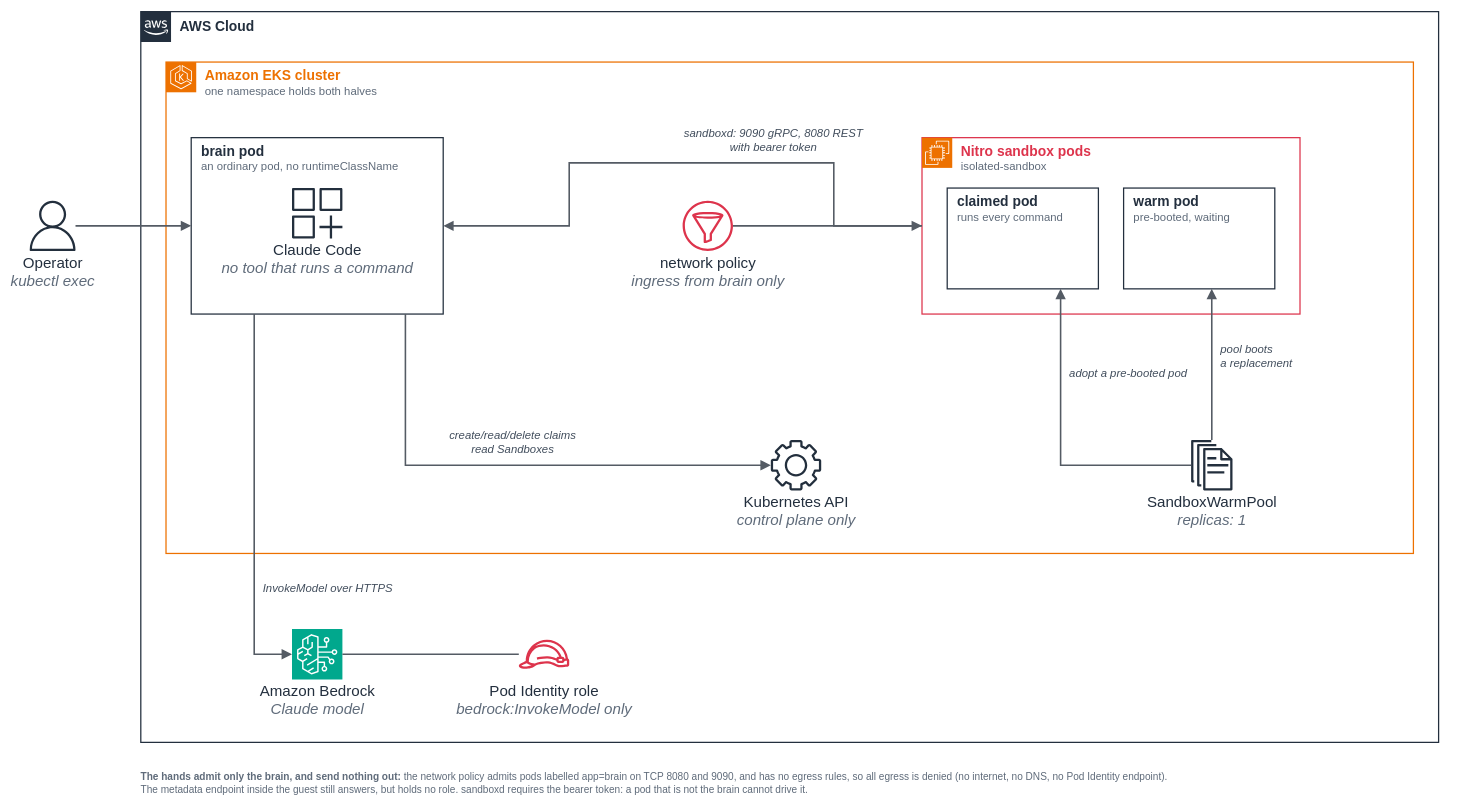
Before: examples/agent-sandbox/brain-and-hands/images/figure-1-brain-and-hands.drawio in aws-samples/sample-eks-nitro-sandbox, a draw.io diagram. Source tidied: cells renumbered, new cells numbered last; positions are measured from the earlier drawing's top-left corner, leaving out a move shared by most shapes. Both pictures are drawn from the tidied source at 63%, with x=0, y=0 at pixel (27, 11).
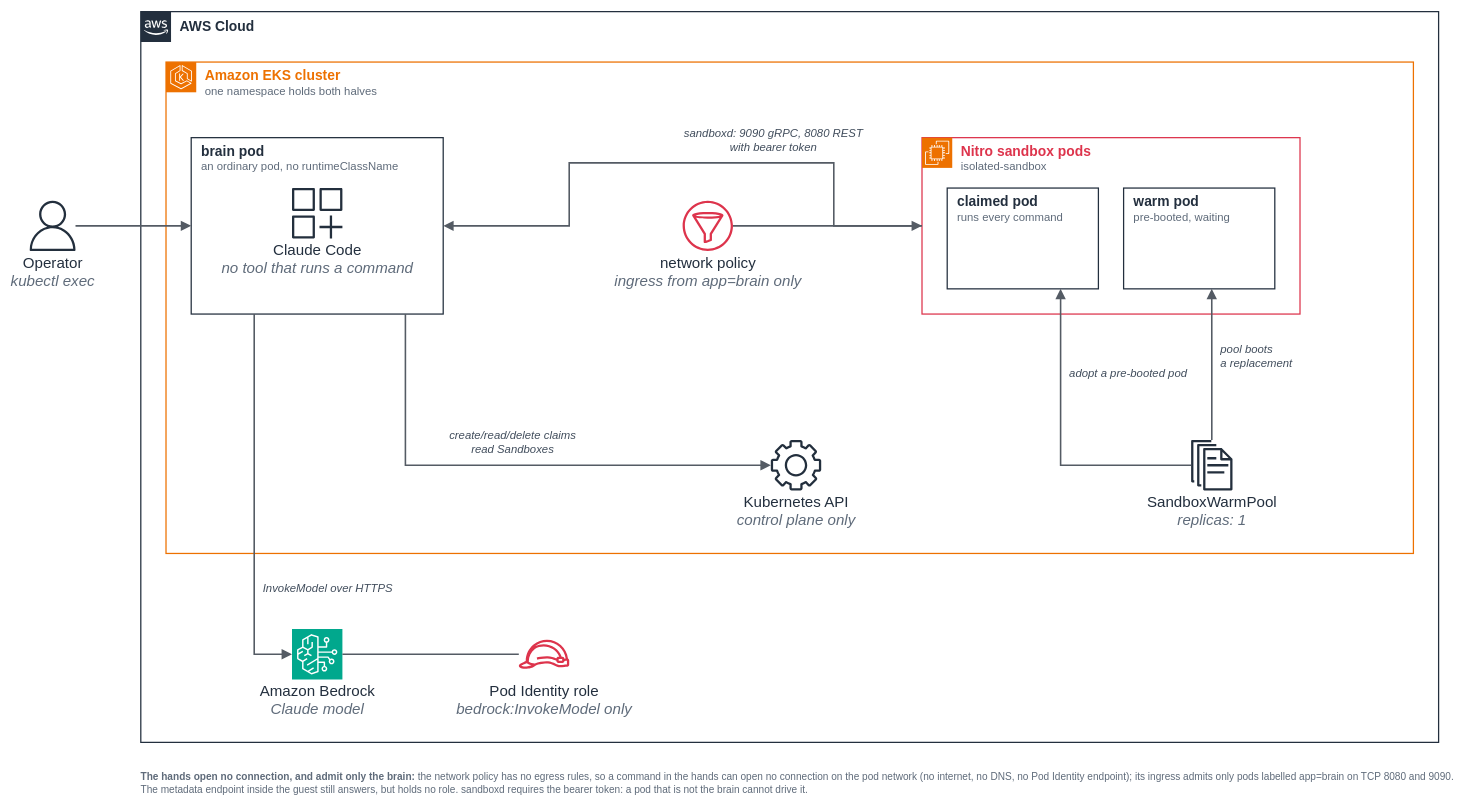
After the change.

Commit message (it also covers changes not shown here):
brain-and-hands: fix the second-review findings

The edit, as a diff of the source:
```diff
@@
-    <mxCell id="12" value="&lt;div style=&quot;line-height:28.80px&quot;&gt;network policy&lt;/div&gt;&lt;div style=&quot;line-height:27.20px&quot;&gt;&lt;i&gt;&lt;span style=&quot;color:#5F6B7A&quot;&gt;ingress from brain only&lt;/span&gt;&lt;/i&gt;&lt;/div&gt;" style="sketch=0;outlineConnect=0;gradientColor=none;fillColor=#DD344C;strokeColor=none;dashed=0;verticalLabelPosition=bottom;verticalAlign=top;align=center;html=1;shape=mxgraph.aws4.filtering_rule;spacing=0;fontSize=24;fontColor=#232F3E;fontStyle=0;fontFamily=Arial,Helvetica,sans-serif;" parent="1" vertex="1">
+    <mxCell id="12" value="&lt;div style=&quot;line-height:28.80px&quot;&gt;network policy&lt;/div&gt;&lt;div style=&quot;line-height:27.20px&quot;&gt;&lt;i&gt;&lt;span style=&quot;color:#5F6B7A&quot;&gt;ingress from app=brain only&lt;/span&gt;&lt;/i&gt;&lt;/div&gt;" style="sketch=0;outlineConnect=0;gradientColor=none;fillColor=#DD344C;strokeColor=none;dashed=0;verticalLabelPosition=bottom;verticalAlign=top;align=center;html=1;shape=mxgraph.aws4.filtering_rule;spacing=0;fontSize=24;fontColor=#232F3E;fontStyle=0;fontFamily=Arial,Helvetica,sans-serif;" parent="1" vertex="1">
       <mxGeometry x="1040" y="300" width="80" height="80" as="geometry" />
     </mxCell>
@@
-    <mxCell id="25" value="&lt;div style=&quot;line-height:20px&quot;&gt;&lt;b&gt;The hands admit only the brain, and send nothing out:&lt;/b&gt; the network policy admits pods labelled app=brain on TCP 8080 and 9090, and has no egress rules, so all egress is denied (no internet, no DNS, no Pod Identity endpoint).&lt;/div&gt;&lt;div style=&quot;line-height:20px&quot;&gt;The metadata endpoint inside the guest still answers, but holds no role. sandboxd requires the bearer token: a pod that is not the brain cannot drive it.&lt;/div&gt;" style="text;html=1;whiteSpace=nowrap;strokeColor=none;fillColor=none;align=left;verticalAlign=top;spacing=0;fontSize=16;fontColor=#5F6B7A;fontFamily=Arial,Helvetica,sans-serif;" parent="1" vertex="1">
+    <mxCell id="25" value="&lt;div style=&quot;line-height:20px&quot;&gt;&lt;b&gt;The hands open no connection, and admit only the brain:&lt;/b&gt; the network policy has no egress rules, so a command in the hands can open no connection on the pod network (no internet, no DNS, no Pod Identity endpoint); its ingress admits only pods labelled app=brain on TCP 8080 and 9090.&lt;/div&gt;&lt;div style=&quot;line-height:20px&quot;&gt;The metadata endpoint inside the guest still answers, but holds no role. sandboxd requires the bearer token: a pod that is not the brain cannot drive it.&lt;/div&gt;" style="text;html=1;whiteSpace=nowrap;strokeColor=none;fillColor=none;align=left;verticalAlign=top;spacing=0;fontSize=16;fontColor=#5F6B7A;fontFamily=Arial,Helvetica,sans-serif;" parent="1" vertex="1">
       <mxGeometry x="180" y="1200" width="1060" height="48" as="geometry" />
     </mxCell>
```
